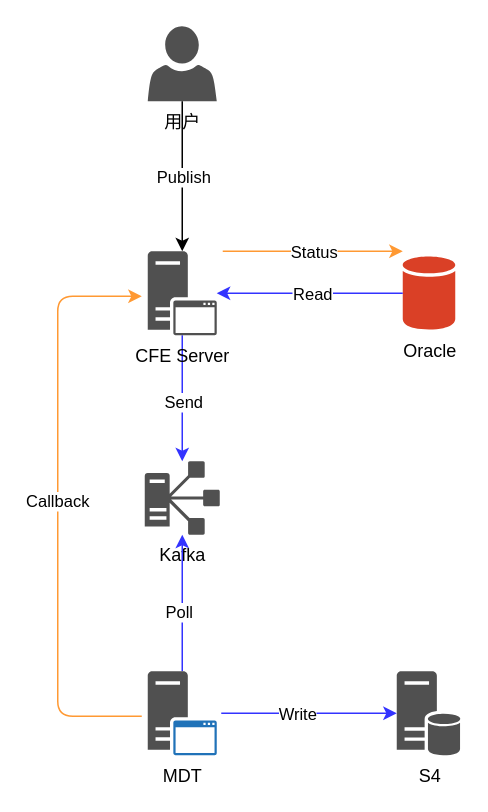
cBigglesworth/drawpicture keeps this draw.io diagram as cfe_std_pri.drawio. Above is the earlier version. Source tidied: cells renumbered, new cells numbered last; positions are measured from the earlier drawing's top-left corner, leaving out a move shared by most shapes. Both pictures are drawn from the tidied source at 150%, with x=0, y=0 at pixel (57, 26).
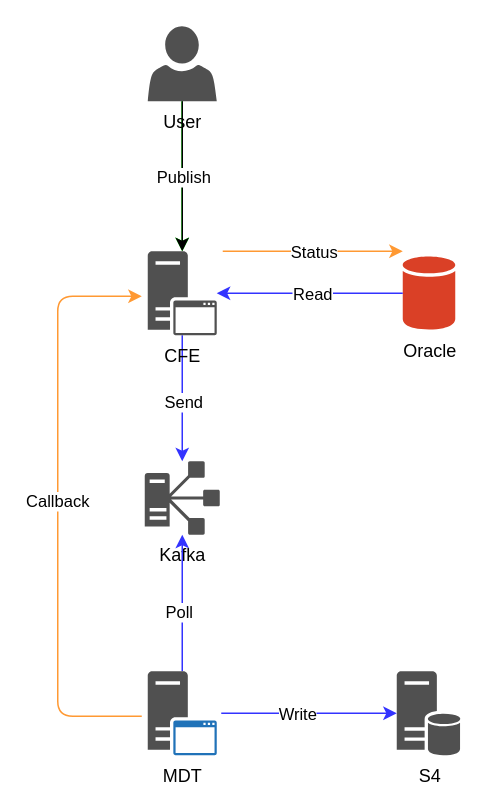
Above is the later version.

Commit message:
修改为英文

The edit, as a diff of the source:
```diff
@@
+    <mxCell id="22" style="edgeStyle=orthogonalEdgeStyle;rounded=0;jettySize=auto;html=1;strokeColor=#33FF33;" parent="1" edge="1" source="2" target="7">
+      <mxGeometry relative="1" as="geometry" />
+    </mxCell>
+    <mxCell id="23" style="edgeStyle=orthogonalEdgeStyle;rounded=0;jettySize=auto;html=1;strokeColor=#33FF33;" parent="1" edge="1" source="2" target="7">
+      <mxGeometry relative="1" as="geometry" />
+    </mxCell>
-    <mxCell id="2" value="用户" style="shadow=0;dashed=0;html=1;strokeColor=none;fillColor=#505050;labelPosition=center;verticalLabelPosition=bottom;verticalAlign=top;outlineConnect=0;align=center;shape=mxgraph.office.users.user;" parent="1" vertex="1">
+    <mxCell id="2" value="User" style="shadow=0;dashed=0;html=1;strokeColor=none;fillColor=#505050;labelPosition=center;verticalLabelPosition=bottom;verticalAlign=top;outlineConnect=0;align=center;shape=mxgraph.office.users.user;" parent="1" vertex="1">
       <mxGeometry x="60" width="46" height="50" as="geometry" />
     </mxCell>
@@
-    <mxCell id="7" value="CFE Server" style="shadow=0;dashed=0;html=1;strokeColor=none;fillColor=#505050;labelPosition=center;verticalLabelPosition=bottom;verticalAlign=top;outlineConnect=0;align=center;shape=mxgraph.office.servers.application_server;" parent="1" vertex="1">
+    <mxCell id="7" value="CFE" style="shadow=0;dashed=0;html=1;strokeColor=none;fillColor=#505050;labelPosition=center;verticalLabelPosition=bottom;verticalAlign=top;outlineConnect=0;align=center;shape=mxgraph.office.servers.application_server;" parent="1" vertex="1">
       <mxGeometry x="60" y="150" width="46" height="56" as="geometry" />
     </mxCell>
```
